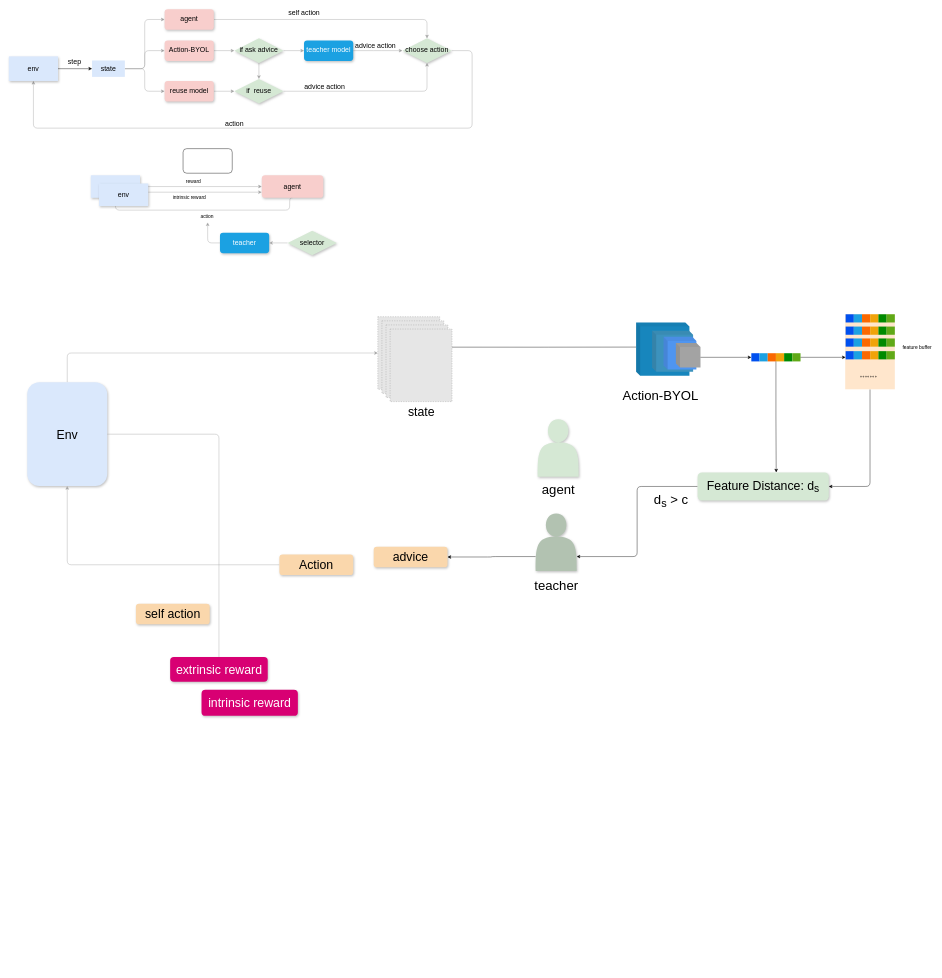
wyqsss/deep-rl-action-advising keeps this draw.io diagram as flow.drawio. Above is the earlier version. Source tidied: cells renumbered, new cells numbered last; positions are measured from the earlier drawing's top-left corner, leaving out a move shared by most shapes. Both pictures are drawn from the tidied source at 41%, with x=0, y=0 at pixel (9, 7). Pictures stored in the file or linked from it are replaced by grey dashed boxes.
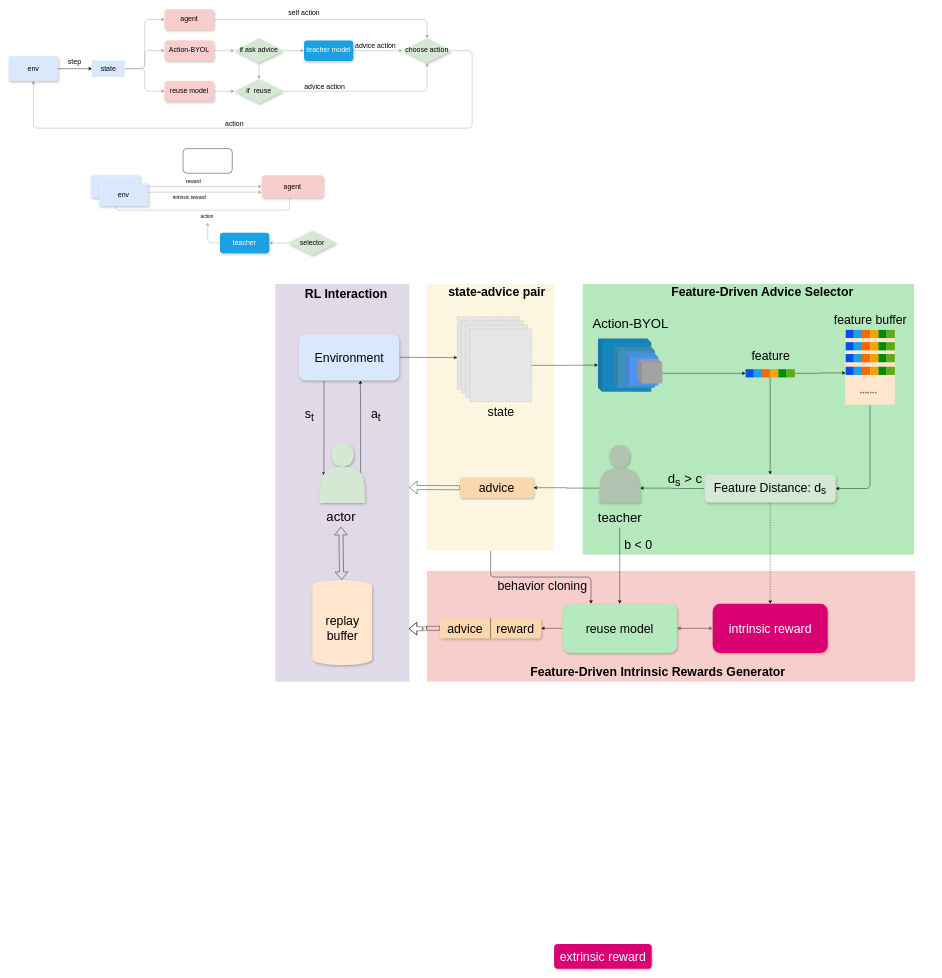
The same page after the edit.

The change refers to these unchanged cells:
```xml
<mxCell id="57" style="rounded=0;whiteSpace=wrap;html=1;fillColor=#fa6800;fontColor=#000000;strokeColor=none;glass=0;shadow=0;" parent="54" vertex="1">
  <mxGeometry x="40" width="20" height="20" as="geometry" />
</mxCell>
<mxCell id="58" style="rounded=0;whiteSpace=wrap;html=1;fillColor=#f0a30a;fontColor=#000000;strokeColor=none;glass=0;shadow=0;" parent="54" vertex="1">
  <mxGeometry x="60" width="20" height="20" as="geometry" />
</mxCell>
<mxCell id="60" style="rounded=0;whiteSpace=wrap;html=1;fillColor=#60a917;fontColor=#ffffff;strokeColor=none;glass=0;shadow=0;" parent="54" vertex="1">
  <mxGeometry x="100" width="20" height="20" as="geometry" />
</mxCell>
<mxCell id="81" style="rounded=0;whiteSpace=wrap;html=1;fillColor=#0050ef;fontColor=#ffffff;strokeColor=none;glass=0;shadow=0;" parent="61" vertex="1">
  <mxGeometry x="1" y="90" width="20" height="20" as="geometry" />
</mxCell>
<mxCell id="99" style="fillColor=#E6E6E6;strokeColor=#999999;dashed=1;verticalLabelPosition=bottom;labelBackgroundColor=default;verticalAlign=top;fontSize=30;" parent="98" vertex="1">
  <mxGeometry width="151" height="177" as="geometry" />
</mxCell>
<mxCell id="102" style="fillColor=#E6E6E6;strokeColor=#999999;dashed=1;verticalLabelPosition=bottom;labelBackgroundColor=default;verticalAlign=top;fontSize=30;" parent="98" vertex="1">
  <mxGeometry x="30" y="30" width="151" height="177" as="geometry" />
</mxCell>
<mxCell id="105" style="shape=actor;whiteSpace=wrap;html=1;rounded=0;shadow=1;glass=0;fillStyle=auto;strokeColor=none;fontSize=32;fillColor=#B2C2B1;" parent="104" vertex="1">
  <mxGeometry x="15" width="100" height="140" as="geometry" />
</mxCell>
<mxCell id="106" value="teacher" style="text;html=1;align=center;verticalAlign=middle;points=[];strokeColor=none;fillColor=none;fontSize=32;" parent="104" vertex="1">
  <mxGeometry y="152" width="130" height="50" as="geometry" />
</mxCell>
```

What changed in the source:
```diff
@@
+    <mxCell id="112" style="rounded=0;whiteSpace=wrap;html=1;shadow=0;fontSize=30;fillColor=#E0D9E7;strokeColor=none;" parent="1" vertex="1">
+      <mxGeometry x="650" y="675" width="327" height="970" as="geometry" />
+    </mxCell>
+    <mxCell id="113" style="rounded=0;whiteSpace=wrap;html=1;shadow=0;fontSize=30;fillColor=#f8cecc;strokeColor=none;" parent="1" vertex="1">
+      <mxGeometry x="1020" y="1375" width="1190" height="270" as="geometry" />
+    </mxCell>
+    <mxCell id="114" style="rounded=0;whiteSpace=wrap;html=1;shadow=0;fontSize=30;fillColor=#B5E8BC;strokeColor=none;" parent="1" vertex="1">
+      <mxGeometry x="1400" y="675" width="808" height="660" as="geometry" />
+    </mxCell>
+    <mxCell id="115" style="edgeStyle=orthogonalEdgeStyle;rounded=1;jettySize=auto;html=1;exitX=0.5;exitY=1;exitDx=0;exitDy=0;entryX=0.25;entryY=0;entryDx=0;entryDy=0;fontSize=30;startArrow=none;startFill=0;endArrow=classic;endFill=1;" parent="1" edge="1" source="116" target="125">
+      <mxGeometry relative="1" as="geometry" />
+    </mxCell>
+    <mxCell id="116" style="rounded=0;whiteSpace=wrap;html=1;fillColor=#FCF6E0;strokeColor=none;" parent="1" vertex="1">
+      <mxGeometry x="1020" y="675" width="310" height="650" as="geometry" />
+    </mxCell>
@@
-    <mxCell id="42" style="edgeStyle=orthogonalEdgeStyle;rounded=1;jettySize=auto;html=1;exitX=1;exitY=0.25;exitDx=0;exitDy=0;entryX=0.077;entryY=0.462;entryDx=0;entryDy=0;entryPerimeter=0;fontSize=32;" parent="1" edge="1" source="102" target="88">
-      <mxGeometry relative="1" as="geometry" />
-    </mxCell>
+    <mxCell id="117" style="edgeStyle=orthogonalEdgeStyle;rounded=1;jettySize=auto;html=1;exitX=0.25;exitY=1;exitDx=0;exitDy=0;fontSize=30;entryX=0.086;entryY=0.549;entryDx=0;entryDy=0;entryPerimeter=0;" parent="1" edge="1" source="44" target="108">
+      <mxGeometry relative="1" as="geometry" />
+    </mxCell>
-    <mxCell id="43" style="edgeStyle=orthogonalEdgeStyle;rounded=1;jettySize=auto;html=1;exitX=0.5;exitY=0;exitDx=0;exitDy=0;entryX=0;entryY=0.5;entryDx=0;entryDy=0;strokeColor=#A3A3A3;fontSize=30;" parent="1" edge="1" source="44" target="99">
+    <mxCell id="43" style="rounded=1;jettySize=auto;html=1;exitX=1;exitY=0.5;exitDx=0;exitDy=0;fontSize=30;startArrow=none;startFill=0;endArrow=classic;endFill=1;entryX=0;entryY=0.563;entryDx=0;entryDy=0;entryPerimeter=0;" parent="1" edge="1" source="44" target="99">
       <mxGeometry relative="1" as="geometry" />
     </mxCell>
-    <mxCell id="44" value="Env" style="rounded=1;whiteSpace=wrap;html=1;shadow=1;strokeColor=none;fillColor=#dae8fc;fontSize=30;" parent="1" vertex="1">
-      <mxGeometry x="45" y="915" width="195" height="253" as="geometry" />
+    <mxCell id="44" value="Environment" style="rounded=1;whiteSpace=wrap;html=1;shadow=1;strokeColor=none;fillColor=#dae8fc;fontSize=30;" parent="1" vertex="1">
+      <mxGeometry x="707.5" y="797.5" width="245" height="113" as="geometry" />
     </mxCell>
@@
-    <mxCell id="46" style="edgeStyle=orthogonalEdgeStyle;rounded=1;jettySize=auto;html=1;exitX=0;exitY=0.5;exitDx=0;exitDy=0;strokeColor=#A3A3A3;fontSize=30;" parent="1" edge="1" source="47" target="44">
-      <mxGeometry relative="1" as="geometry" />
-    </mxCell>
-    <mxCell id="47" value="Action" style="rounded=1;whiteSpace=wrap;html=1;fontSize=30;fillColor=#fad7ac;strokeColor=none;shadow=1;" parent="1" vertex="1">
-      <mxGeometry x="660" y="1335" width="180" height="50" as="geometry" />
-    </mxCell>
@@
+    <mxCell id="118" style="edgeStyle=orthogonalEdgeStyle;rounded=1;jettySize=auto;html=1;exitX=0.5;exitY=1;exitDx=0;exitDy=0;fontSize=30;dashed=1;" parent="1" edge="1" source="49" target="52">
+      <mxGeometry relative="1" as="geometry" />
+    </mxCell>
     <mxCell id="49" value="Feature Distance: d&lt;sub&gt;s&lt;/sub&gt;" style="rounded=1;whiteSpace=wrap;html=1;fontSize=30;fillColor=#d5e8d4;strokeColor=none;shadow=1;" parent="1" vertex="1">
-      <mxGeometry x="1680" y="1135" width="320" height="68" as="geometry" />
+      <mxGeometry x="1697" y="1140" width="320" height="68" as="geometry" />
     </mxCell>
     <mxCell id="50" value="extrinsic reward" style="rounded=1;whiteSpace=wrap;html=1;fontSize=30;fillColor=#d80073;fontColor=#ffffff;strokeColor=none;shadow=1;" parent="1" vertex="1">
-      <mxGeometry x="393.5" y="1585" width="238" height="60" as="geometry" />
+      <mxGeometry x="1330" y="2285" width="238" height="60" as="geometry" />
     </mxCell>
-    <mxCell id="51" style="edgeStyle=orthogonalEdgeStyle;rounded=1;jettySize=auto;html=1;exitX=1;exitY=0.5;exitDx=0;exitDy=0;strokeColor=#A3A3A3;fontSize=30;endArrow=none;" parent="1" edge="1" source="44" target="50">
-      <mxGeometry relative="1" as="geometry" />
-    </mxCell>
+    <mxCell id="119" style="edgeStyle=none;rounded=1;jettySize=auto;html=1;exitX=0;exitY=0.5;exitDx=0;exitDy=0;fontSize=30;startArrow=classic;startFill=0;endArrow=classic;endFill=0;" parent="1" edge="1" source="52" target="125">
+      <mxGeometry relative="1" as="geometry" />
+    </mxCell>
     <mxCell id="52" value="intrinsic reward" style="rounded=1;whiteSpace=wrap;html=1;fontSize=30;fillColor=#d80073;strokeColor=none;fontColor=#ffffff;shadow=1;glass=0;" parent="1" vertex="1">
-      <mxGeometry x="470" y="1665" width="235" height="63.5" as="geometry" />
+      <mxGeometry x="1716.8" y="1455" width="280.5" height="120" as="geometry" />
     </mxCell>
-    <mxCell id="53" value="feature buffer" style="text;html=1;align=center;verticalAlign=middle;strokeColor=none;fillColor=none;" parent="1" vertex="1">
-      <mxGeometry x="2170" y="814" width="90" height="30" as="geometry" />
+    <mxCell id="53" value="feature buffer" style="text;html=1;align=center;verticalAlign=middle;strokeColor=none;fillColor=none;fontSize=30;" parent="1" vertex="1">
+      <mxGeometry x="2000.5" y="738" width="200" height="50" as="geometry" />
     </mxCell>
     <mxCell id="54" style="group;" parent="1" vertex="1">
-      <mxGeometry x="1811" y="844" width="120" height="20" as="geometry" />
+      <mxGeometry x="1797" y="883" width="120" height="20" as="geometry" />
     </mxCell>
@@
     <mxCell id="61" style="group;" parent="1" vertex="1">
-      <mxGeometry x="2040" y="749" width="121" height="183" as="geometry" />
+      <mxGeometry x="2040" y="787" width="121" height="183" as="geometry" />
     </mxCell>
@@
-    <mxCell id="87" style="group;fillColor=default;" parent="1" vertex="1">
-      <mxGeometry x="1530" y="769" width="157" height="130" as="geometry" />
-    </mxCell>
-    <mxCell id="88" style="shape=cube;whiteSpace=wrap;html=1;boundedLbl=1;backgroundOutline=1;darkOpacity=0.05;darkOpacity2=0.1;rounded=0;shadow=0;glass=0;sketch=0;direction=east;size=10;fillColor=#1786BD;strokeColor=none;fillStyle=auto;rotation=0;" parent="87" vertex="1">
-      <mxGeometry width="130" height="130" as="geometry" />
-    </mxCell>
-    <mxCell id="89" style="shape=cube;whiteSpace=wrap;html=1;boundedLbl=1;backgroundOutline=1;darkOpacity=0.05;darkOpacity2=0.1;rounded=0;shadow=0;glass=0;sketch=0;direction=south;size=10;fillColor=#3C92BD;strokeColor=none;fillStyle=auto;rotation=-90;" parent="87" vertex="1">
-      <mxGeometry x="39" y="20" width="100" height="100" as="geometry" />
-    </mxCell>
-    <mxCell id="90" style="shape=cube;whiteSpace=wrap;html=1;boundedLbl=1;backgroundOutline=1;darkOpacity=0.05;darkOpacity2=0.1;rounded=0;shadow=0;glass=0;sketch=0;direction=south;size=10;fillColor=#4F95F0;strokeColor=none;fillStyle=auto;rotation=-90;" parent="87" vertex="1">
-      <mxGeometry x="67" y="35" width="80" height="80" as="geometry" />
-    </mxCell>
-    <mxCell id="91" style="shape=cube;whiteSpace=wrap;html=1;boundedLbl=1;backgroundOutline=1;darkOpacity=0.05;darkOpacity2=0.1;rounded=0;shadow=0;glass=0;sketch=0;direction=south;size=10;fillColor=#A3A3A3;strokeColor=none;fillStyle=auto;rotation=-90;" parent="87" vertex="1">
-      <mxGeometry x="97" y="50" width="60" height="60" as="geometry" />
-    </mxCell>
     <mxCell id="92" value="Action-BYOL" style="text;html=1;align=center;verticalAlign=middle;strokeColor=none;fillColor=none;fontSize=32;" parent="1" vertex="1">
-      <mxGeometry x="1483.5" y="921.5" width="210" height="50" as="geometry" />
+      <mxGeometry x="1410.5" y="747.5" width="210" height="50" as="geometry" />
     </mxCell>
@@
-    <mxCell id="94" style="edgeStyle=orthogonalEdgeStyle;rounded=1;jettySize=auto;html=1;exitX=0;exitY=0.75;exitDx=0;exitDy=0;entryX=1;entryY=0.5;entryDx=0;entryDy=0;fontSize=32;" parent="1" edge="1" source="105" target="97">
-      <mxGeometry relative="1" as="geometry" />
-    </mxCell>
-    <mxCell id="95" value="self action" style="rounded=1;whiteSpace=wrap;html=1;fontSize=30;fillColor=#fad7ac;strokeColor=none;shadow=1;" parent="1" vertex="1">
-      <mxGeometry x="310" y="1455" width="180" height="50" as="geometry" />
-    </mxCell>
     <mxCell id="96" value="d&lt;sub&gt;s&lt;/sub&gt; &amp;gt; c" style="text;html=1;align=center;verticalAlign=middle;strokeColor=none;fillColor=none;fontSize=32;rounded=0;shadow=1;glass=0;sketch=0;fillStyle=auto;" parent="1" vertex="1">
-      <mxGeometry x="1560" y="1175" width="110" height="60" as="geometry" />
+      <mxGeometry x="1594" y="1124" width="110" height="60" as="geometry" />
     </mxCell>
+    <mxCell id="120" style="edgeStyle=none;shape=flexArrow;rounded=1;jettySize=auto;html=1;exitX=0;exitY=0.5;exitDx=0;exitDy=0;entryX=0.998;entryY=0.512;entryDx=0;entryDy=0;fontSize=30;startArrow=none;startFill=0;entryPerimeter=0;" parent="1" edge="1" source="97" target="112">
+      <mxGeometry relative="1" as="geometry" />
+    </mxCell>
     <mxCell id="97" value="advice" style="rounded=1;whiteSpace=wrap;html=1;fontSize=30;fillColor=#fad7ac;strokeColor=none;shadow=1;" parent="1" vertex="1">
-      <mxGeometry x="890" y="1316" width="180" height="50" as="geometry" />
+      <mxGeometry x="1100" y="1147" width="180" height="50" as="geometry" />
     </mxCell>
     <mxCell id="98" style="group;" parent="1" vertex="1">
-      <mxGeometry x="900" y="755" width="181" height="257" as="geometry" />
+      <mxGeometry x="1094" y="755" width="181" height="257" as="geometry" />
     </mxCell>
@@
     <mxCell id="104" style="group;" parent="1" vertex="1">
-      <mxGeometry x="1270" y="1235" width="130" height="202" as="geometry" />
+      <mxGeometry x="1425" y="1068" width="130" height="202" as="geometry" />
     </mxCell>
@@
+    <mxCell id="121" style="edgeStyle=orthogonalEdgeStyle;rounded=0;orthogonalLoop=1;jettySize=auto;html=1;exitX=0.5;exitY=1;exitDx=0;exitDy=0;" parent="104" edge="1" source="105" target="105">
+      <mxGeometry relative="1" as="geometry" />
+    </mxCell>
+    <mxCell id="110" style="edgeStyle=orthogonalEdgeStyle;rounded=1;jettySize=auto;html=1;exitX=1;exitY=0.5;exitDx=0;exitDy=0;entryX=0;entryY=0.75;entryDx=0;entryDy=0;fontSize=32;" parent="1" edge="1" source="60" target="81">
+      <mxGeometry relative="1" as="geometry" />
+    </mxCell>
+    <mxCell id="122" style="edgeStyle=orthogonalEdgeStyle;rounded=0;orthogonalLoop=1;jettySize=auto;html=1;exitX=0.5;exitY=1;exitDx=0;exitDy=0;" parent="1" edge="1" source="97" target="97">
+      <mxGeometry relative="1" as="geometry" />
+    </mxCell>
+    <mxCell id="123" style="group;" parent="1" vertex="1">
+      <mxGeometry x="759" y="1062" width="110" height="208.2" as="geometry" />
+    </mxCell>
-    <mxCell id="107" style="group;" parent="1" vertex="1">
-      <mxGeometry x="1290" y="1005" width="100" height="198.2" as="geometry" />
+    <mxCell id="107" style="group;" parent="123" vertex="1">
+      <mxGeometry width="110" height="208.3" as="geometry" />
     </mxCell>
+    <mxCell id="109" value="actor" style="text;html=1;align=center;verticalAlign=middle;points=[];strokeColor=none;fillColor=none;fontSize=32;rounded=0;shadow=0;glass=0;sketch=0;fillStyle=auto;" parent="107" vertex="1">
+      <mxGeometry x="5.5" y="155.7" width="90" height="50" as="geometry" />
+    </mxCell>
-    <mxCell id="108" style="shape=actor;whiteSpace=wrap;html=1;rounded=0;shadow=1;glass=0;fillStyle=auto;strokeColor=none;fontSize=32;fillColor=#d5e8d4;" parent="107" vertex="1">
-      <mxGeometry width="100" height="140" as="geometry" />
+    <mxCell id="108" style="shape=actor;whiteSpace=wrap;html=1;rounded=0;shadow=1;glass=0;fillStyle=auto;strokeColor=none;fontSize=32;fillColor=#d5e8d4;" parent="123" vertex="1">
+      <mxGeometry width="110" height="147.1" as="geometry" />
     </mxCell>
-    <mxCell id="109" value="agent" style="text;html=1;align=center;verticalAlign=middle;points=[];strokeColor=none;fillColor=none;fontSize=32;rounded=0;shadow=0;glass=0;sketch=0;fillStyle=auto;" parent="107" vertex="1">
-      <mxGeometry y="148.2" width="100" height="50" as="geometry" />
-    </mxCell>
-    <mxCell id="110" style="edgeStyle=orthogonalEdgeStyle;rounded=1;jettySize=auto;html=1;exitX=1;exitY=0.5;exitDx=0;exitDy=0;entryX=0;entryY=0.75;entryDx=0;entryDy=0;fontSize=32;" parent="1" edge="1" source="60" target="81">
-      <mxGeometry relative="1" as="geometry" />
-    </mxCell>
-    <mxCell id="111" style="edgeStyle=orthogonalEdgeStyle;rounded=1;jettySize=auto;html=1;exitX=1;exitY=1;exitDx=0;exitDy=0;entryX=0.599;entryY=-0.006;entryDx=0;entryDy=0;entryPerimeter=0;fontSize=32;" parent="1" edge="1" source="57" target="49">
-      <mxGeometry relative="1" as="geometry" />
-    </mxCell>
+    <mxCell id="94" style="edgeStyle=orthogonalEdgeStyle;rounded=0;jettySize=auto;html=1;exitX=0;exitY=0.75;exitDx=0;exitDy=0;entryX=1;entryY=0.5;entryDx=0;entryDy=0;" parent="1" edge="1" source="105" target="97">
+      <mxGeometry relative="1" as="geometry" />
+    </mxCell>
+    <mxCell id="124" style="edgeStyle=none;rounded=1;jettySize=auto;html=1;exitX=0;exitY=0.5;exitDx=0;exitDy=0;entryX=1;entryY=0.5;entryDx=0;entryDy=0;fontSize=30;startArrow=none;startFill=0;" parent="1" edge="1" source="125" target="142">
+      <mxGeometry relative="1" as="geometry" />
+    </mxCell>
+    <mxCell id="125" value="reuse model" style="whiteSpace=wrap;html=1;rounded=1;fontSize=30;fillColor=#B5E8BC;strokeColor=none;shadow=1;" parent="1" vertex="1">
+      <mxGeometry x="1350" y="1455" width="280" height="120" as="geometry" />
+    </mxCell>
+    <mxCell id="126" style="edgeStyle=orthogonalEdgeStyle;rounded=0;jettySize=auto;html=1;exitX=0;exitY=1;exitDx=0;exitDy=0;fontSize=30;" parent="1" edge="1" source="58" target="49">
+      <mxGeometry relative="1" as="geometry" />
+    </mxCell>
+    <mxCell id="127" value="b &amp;lt; 0" style="text;html=1;align=center;verticalAlign=middle;strokeColor=none;fillColor=none;fontSize=30;" parent="1" vertex="1">
+      <mxGeometry x="1490" y="1285" width="90" height="50" as="geometry" />
+    </mxCell>
+    <mxCell id="128" style="edgeStyle=orthogonalEdgeStyle;rounded=1;jettySize=auto;html=1;exitX=0.9;exitY=0.5;exitDx=0;exitDy=0;exitPerimeter=0;entryX=0.612;entryY=1;entryDx=0;entryDy=0;entryPerimeter=0;fontSize=30;" parent="1" edge="1" source="108" target="44">
+      <mxGeometry relative="1" as="geometry" />
+    </mxCell>
+    <mxCell id="129" value="a&lt;sub&gt;t&lt;/sub&gt;" style="text;html=1;align=center;verticalAlign=middle;strokeColor=none;fillColor=none;fontSize=30;" parent="1" vertex="1">
+      <mxGeometry x="870" y="963.5" width="50" height="60" as="geometry" />
+    </mxCell>
+    <mxCell id="130" value="s&lt;sub&gt;t&lt;/sub&gt;" style="text;html=1;align=center;verticalAlign=middle;strokeColor=none;fillColor=none;fontSize=30;" parent="1" vertex="1">
+      <mxGeometry x="707.5" y="963.5" width="50" height="60" as="geometry" />
+    </mxCell>
+    <mxCell id="131" value="&lt;b&gt;state-advice pair&lt;/b&gt;" style="text;html=1;align=center;verticalAlign=middle;strokeColor=none;fillColor=none;fontSize=30;" parent="1" vertex="1">
+      <mxGeometry x="1060" y="670" width="260" height="50" as="geometry" />
+    </mxCell>
+    <mxCell id="132" value="feature" style="text;html=1;align=center;verticalAlign=middle;strokeColor=none;fillColor=none;fontSize=30;" parent="1" vertex="1">
+      <mxGeometry x="1798" y="825" width="120" height="50" as="geometry" />
+    </mxCell>
+    <mxCell id="87" style="group;fillColor=none;" parent="1" vertex="1">
+      <mxGeometry x="1437" y="808" width="157" height="130" as="geometry" />
+    </mxCell>
+    <mxCell id="88" style="shape=cube;whiteSpace=wrap;html=1;boundedLbl=1;backgroundOutline=1;darkOpacity=0.05;darkOpacity2=0.1;rounded=0;shadow=0;glass=0;sketch=0;direction=east;size=10;fillColor=#1786BD;strokeColor=none;fillStyle=auto;rotation=0;" parent="87" vertex="1">
+      <mxGeometry width="130" height="130" as="geometry" />
+    </mxCell>
+    <mxCell id="89" style="shape=cube;whiteSpace=wrap;html=1;boundedLbl=1;backgroundOutline=1;darkOpacity=0.05;darkOpacity2=0.1;rounded=0;shadow=0;glass=0;sketch=0;direction=south;size=10;fillColor=#3C92BD;strokeColor=none;fillStyle=auto;rotation=-90;" parent="87" vertex="1">
+      <mxGeometry x="39" y="20" width="100" height="100" as="geometry" />
+    </mxCell>
+    <mxCell id="90" style="shape=cube;whiteSpace=wrap;html=1;boundedLbl=1;backgroundOutline=1;darkOpacity=0.05;darkOpacity2=0.1;rounded=0;shadow=0;glass=0;sketch=0;direction=south;size=10;fillColor=#4F95F0;strokeColor=none;fillStyle=auto;rotation=-90;" parent="87" vertex="1">
+      <mxGeometry x="67" y="35" width="80" height="80" as="geometry" />
+    </mxCell>
+    <mxCell id="91" style="shape=cube;whiteSpace=wrap;html=1;boundedLbl=1;backgroundOutline=1;darkOpacity=0.05;darkOpacity2=0.1;rounded=0;shadow=0;glass=0;sketch=0;direction=south;size=10;fillColor=#A3A3A3;strokeColor=none;fillStyle=auto;rotation=-90;" parent="87" vertex="1">
+      <mxGeometry x="97" y="50" width="60" height="60" as="geometry" />
+    </mxCell>
+    <mxCell id="133" value="behavior cloning" style="text;html=1;align=center;verticalAlign=middle;strokeColor=none;fillColor=none;fontSize=30;" parent="1" vertex="1">
+      <mxGeometry x="1181" y="1385" width="240" height="50" as="geometry" />
+    </mxCell>
+    <mxCell id="134" value="&lt;b&gt;Feature-Driven Advice Selector&lt;/b&gt;" style="text;html=1;strokeColor=none;fillColor=none;align=center;verticalAlign=middle;whiteSpace=wrap;rounded=0;shadow=0;fontSize=30;" parent="1" vertex="1">
+      <mxGeometry x="1540" y="685" width="596" height="20" as="geometry" />
+    </mxCell>
+    <mxCell id="135" style="edgeStyle=none;rounded=1;jettySize=auto;html=1;fontSize=30;startArrow=classic;startFill=1;shape=flexArrow;" parent="1" edge="1" source="136" target="109">
+      <mxGeometry relative="1" as="geometry" />
+    </mxCell>
+    <mxCell id="136" value="replay&lt;br&gt;buffer" style="shape=cylinder3;whiteSpace=wrap;html=1;boundedLbl=1;backgroundOutline=1;size=15;rounded=1;shadow=1;fontSize=30;fillColor=#ffe6cc;strokeColor=none;" parent="1" vertex="1">
+      <mxGeometry x="740.5" y="1397" width="145.5" height="208" as="geometry" />
+    </mxCell>
+    <mxCell id="137" value="Feature-Driven Intrinsic Rewards Generator" style="text;html=1;strokeColor=none;fillColor=none;align=center;verticalAlign=middle;whiteSpace=wrap;rounded=0;shadow=1;fontSize=30;fontStyle=1;" parent="1" vertex="1">
+      <mxGeometry x="1164.5" y="1605" width="836" height="30" as="geometry" />
+    </mxCell>
+    <mxCell id="138" value="RL Interaction" style="text;html=1;strokeColor=none;fillColor=none;align=center;verticalAlign=middle;whiteSpace=wrap;rounded=0;shadow=0;fontSize=30;fontStyle=1;" parent="1" vertex="1">
+      <mxGeometry x="720" y="685" width="206" height="30" as="geometry" />
+    </mxCell>
+    <mxCell id="139" style="edgeStyle=none;rounded=1;jettySize=auto;html=1;entryX=0.5;entryY=0;entryDx=0;entryDy=0;fontSize=30;startArrow=none;startFill=0;" parent="1" edge="1" source="106" target="125">
+      <mxGeometry relative="1" as="geometry" />
+    </mxCell>
+    <mxCell id="140" style="edgeStyle=none;rounded=1;orthogonalLoop=1;jettySize=auto;html=1;entryX=0.5;entryY=1;entryDx=0;entryDy=0;fontSize=30;startArrow=none;startFill=0;" parent="1" edge="1" source="142" target="142">
+      <mxGeometry relative="1" as="geometry" />
+    </mxCell>
+    <mxCell id="141" style="edgeStyle=orthogonalEdgeStyle;rounded=1;jettySize=auto;html=1;exitX=0;exitY=0.5;exitDx=0;exitDy=0;entryX=0.996;entryY=0.867;entryDx=0;entryDy=0;entryPerimeter=0;fontSize=30;startArrow=none;startFill=0;endArrow=classic;endFill=1;shape=flexArrow;" parent="1" edge="1" source="142" target="112">
+      <mxGeometry relative="1" as="geometry" />
+    </mxCell>
+    <mxCell id="142" value="advice&amp;nbsp; &amp;nbsp; reward" style="rounded=1;whiteSpace=wrap;html=1;fontSize=30;fillColor=#fad7ac;strokeColor=none;shadow=1;" parent="1" vertex="1">
+      <mxGeometry x="1051.5" y="1490" width="247" height="50" as="geometry" />
+    </mxCell>
+    <mxCell id="143" style="endArrow=none;html=1;rounded=1;fontSize=30;entryX=0.5;entryY=0;entryDx=0;entryDy=0;exitX=0.5;exitY=1;exitDx=0;exitDy=0;" parent="1" edge="1" source="142" target="142">
+      <mxGeometry relative="1" as="geometry" />
+    </mxCell>
+    <mxCell id="42" style="edgeStyle=orthogonalEdgeStyle;rounded=1;jettySize=auto;html=1;exitX=1;exitY=0.5;exitDx=0;exitDy=0;fontSize=30;startArrow=none;startFill=0;endArrow=classic;endFill=1;" parent="1" edge="1" source="102" target="88">
+      <mxGeometry relative="1" as="geometry" />
+    </mxCell>
```
